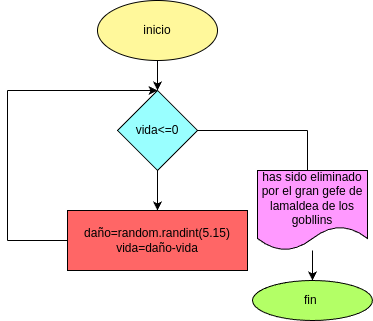
This is ejercicio_2/digrama.png from leidyalvrez/Ejercicio_practica_while, a draw.io export, as it was before one commit. Source tidied: cells renumbered, new cells last; positions are measured from the earlier drawing's top-left corner, leaving out a move shared by most shapes.
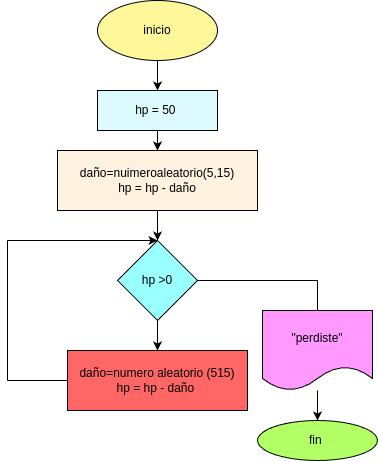
Above is the later version.

What changed in the source:
```diff
@@ -2,62 +2,71 @@
   <root>
     <mxCell id="0" />
     <mxCell id="1" parent="0" />
-    <mxCell id="2" style="edgeStyle=none;html=1;" parent="1" edge="1" source="3">
-      <mxGeometry relative="1" as="geometry">
-        <mxPoint x="150" y="90" as="targetPoint" />
-      </mxGeometry>
-    </mxCell>
+    <mxCell id="15" style="edgeStyle=none;html=1;entryX=0.5;entryY=0;entryDx=0;entryDy=0;" parent="1" edge="1" source="3" target="18">
+      <mxGeometry relative="1" as="geometry" />
+    </mxCell>
     <mxCell id="3" value="inicio" style="ellipse;whiteSpace=wrap;html=1;fillColor=#FFF89B;" parent="1" vertex="1">
-      <mxGeometry x="90" width="120" height="60" as="geometry" />
+      <mxGeometry x="90" y="-80" width="120" height="60" as="geometry" />
     </mxCell>
-    <mxCell id="4" style="edgeStyle=none;html=1;" parent="1" edge="1" source="5">
-      <mxGeometry relative="1" as="geometry">
-        <mxPoint x="150" y="210" as="targetPoint" />
-      </mxGeometry>
+    <mxCell id="4" style="edgeStyle=none;html=1;entryX=0.5;entryY=0;entryDx=0;entryDy=0;" parent="1" edge="1" source="5" target="6">
+      <mxGeometry relative="1" as="geometry" />
     </mxCell>
-    <mxCell id="5" value="vida&amp;lt;=0" style="rhombus;whiteSpace=wrap;html=1;fillColor=#99FFFF;" parent="1" vertex="1">
-      <mxGeometry x="110" y="90" width="80" height="80" as="geometry" />
+    <mxCell id="5" value="hp &amp;gt;0" style="rhombus;whiteSpace=wrap;html=1;fillColor=#99FFFF;" parent="1" vertex="1">
+      <mxGeometry x="110" y="160" width="80" height="80" as="geometry" />
     </mxCell>
-    <mxCell id="6" value="daño=random.randint(5.15)&lt;div&gt;vida=daño-vida&lt;/div&gt;" style="rounded=0;whiteSpace=wrap;html=1;fillColor=#FF6666;" parent="1" vertex="1">
-      <mxGeometry x="60" y="210" width="180" height="60" as="geometry" />
+    <mxCell id="6" value="daño=numero aleatorio (515)&lt;div&gt;hp = hp - daño&amp;nbsp;&lt;/div&gt;" style="rounded=0;whiteSpace=wrap;html=1;fillColor=#FF6666;" parent="1" vertex="1">
+      <mxGeometry x="60" y="270" width="180" height="60" as="geometry" />
     </mxCell>
     <mxCell id="7" style="endArrow=none;html=1;entryX=0;entryY=0.5;entryDx=0;entryDy=0;" parent="1" edge="1" target="6">
       <mxGeometry relative="1" as="geometry">
-        <mxPoint y="240" as="sourcePoint" />
+        <mxPoint y="300" as="sourcePoint" />
       </mxGeometry>
     </mxCell>
     <mxCell id="8" style="endArrow=none;html=1;" parent="1" edge="1">
       <mxGeometry relative="1" as="geometry">
-        <mxPoint y="240" as="sourcePoint" />
-        <mxPoint y="90" as="targetPoint" />
+        <mxPoint y="300" as="sourcePoint" />
+        <mxPoint y="160" as="targetPoint" />
       </mxGeometry>
     </mxCell>
     <mxCell id="9" style="endArrow=classic;html=1;entryX=0.5;entryY=0;entryDx=0;entryDy=0;" parent="1" edge="1" target="5">
       <mxGeometry relative="1" as="geometry">
-        <mxPoint y="90" as="sourcePoint" />
+        <mxPoint y="160" as="sourcePoint" />
       </mxGeometry>
     </mxCell>
     <mxCell id="10" style="endArrow=none;html=1;exitX=1;exitY=0.5;exitDx=0;exitDy=0;" parent="1" edge="1" source="5">
       <mxGeometry relative="1" as="geometry">
-        <mxPoint x="300" y="130" as="targetPoint" />
+        <mxPoint x="310" y="200" as="targetPoint" />
       </mxGeometry>
     </mxCell>
-    <mxCell id="11" style="endArrow=none;html=1;" parent="1" edge="1">
+    <mxCell id="11" style="endArrow=none;html=1;" parent="1" edge="1" target="13">
       <mxGeometry relative="1" as="geometry">
-        <mxPoint x="300" y="130" as="sourcePoint" />
-        <mxPoint x="300" y="170" as="targetPoint" />
+        <mxPoint x="310" y="200" as="sourcePoint" />
       </mxGeometry>
     </mxCell>
-    <mxCell id="12" style="edgeStyle=none;html=1;" parent="1" edge="1" source="13">
-      <mxGeometry relative="1" as="geometry">
-        <mxPoint x="305" y="280" as="targetPoint" />
-      </mxGeometry>
-    </mxCell>
+    <mxCell id="16" style="edgeStyle=none;html=1;" parent="1" edge="1" source="13">
+      <mxGeometry relative="1" as="geometry">
+        <mxPoint x="310" y="340" as="targetPoint" />
+      </mxGeometry>
+    </mxCell>
-    <mxCell id="13" value="has sido eliminado por el gran gefe de lamaldea de los gobllins" style="shape=document;whiteSpace=wrap;html=1;boundedLbl=1;fillColor=#FF99FF;" parent="1" vertex="1">
-      <mxGeometry x="250" y="170" width="110" height="80" as="geometry" />
+    <mxCell id="13" value="&quot;perdiste&quot;" style="shape=document;whiteSpace=wrap;html=1;boundedLbl=1;fillColor=#FF99FF;" parent="1" vertex="1">
+      <mxGeometry x="255" y="230" width="110" height="80" as="geometry" />
     </mxCell>
     <mxCell id="14" value="fin&amp;nbsp;" style="ellipse;whiteSpace=wrap;html=1;fillColor=#B3FF66;" parent="1" vertex="1">
-      <mxGeometry x="245" y="280" width="120" height="40" as="geometry" />
+      <mxGeometry x="250" y="340" width="120" height="40" as="geometry" />
     </mxCell>
+    <mxCell id="17" style="edgeStyle=none;html=1;" parent="1" edge="1" source="18" target="20">
+      <mxGeometry relative="1" as="geometry" />
+    </mxCell>
+    <mxCell id="18" value="hp = 50&amp;nbsp;" style="rounded=0;whiteSpace=wrap;html=1;fillColor=#DDFAFF;" parent="1" vertex="1">
+      <mxGeometry x="90" y="10" width="120" height="40" as="geometry" />
+    </mxCell>
+    <mxCell id="19" style="edgeStyle=none;html=1;" parent="1" edge="1" source="20">
+      <mxGeometry relative="1" as="geometry">
+        <mxPoint x="150" y="160" as="targetPoint" />
+      </mxGeometry>
+    </mxCell>
+    <mxCell id="20" value="daño=nuimeroaleatorio(5,15)&lt;div&gt;hp = hp - daño&lt;/div&gt;" style="rounded=0;whiteSpace=wrap;html=1;fillColor=#FFF2E0;" parent="1" vertex="1">
+      <mxGeometry x="50" y="70" width="200" height="60" as="geometry" />
+    </mxCell>
   </root>
 </mxGraphModel>
```
